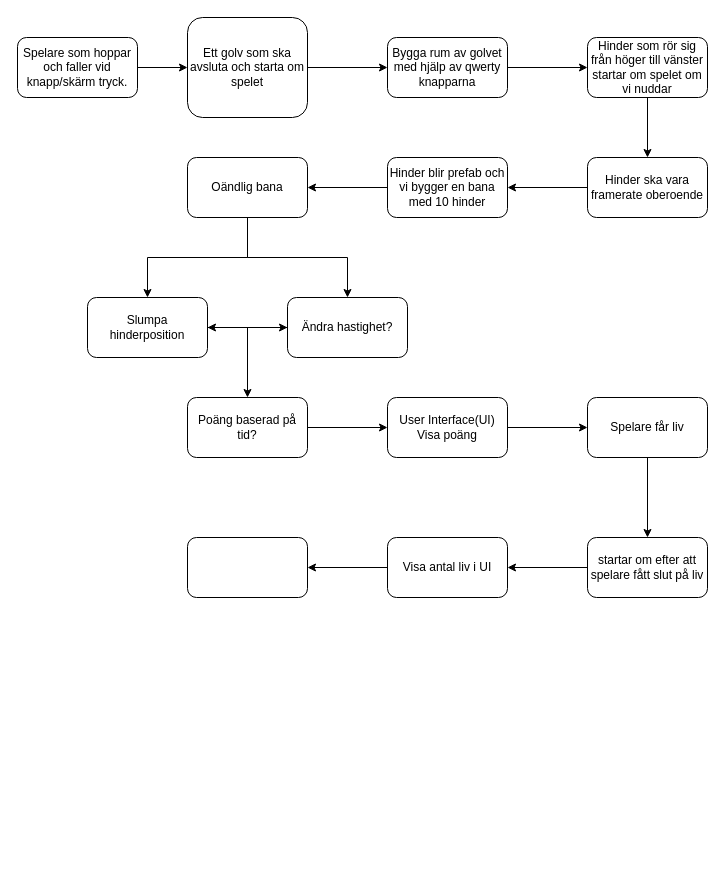
Earlier version of the draw.io diagram Documentation/Spel upplägg.drawio (MTGJonas/CarConeBeginnerProject). Source tidied: cells renumbered, new cells numbered last; positions are measured from the earlier drawing's top-left corner, leaving out a move shared by most shapes. Both pictures are drawn from the tidied source at 100%, with x=0, y=0 at pixel (17, 17).
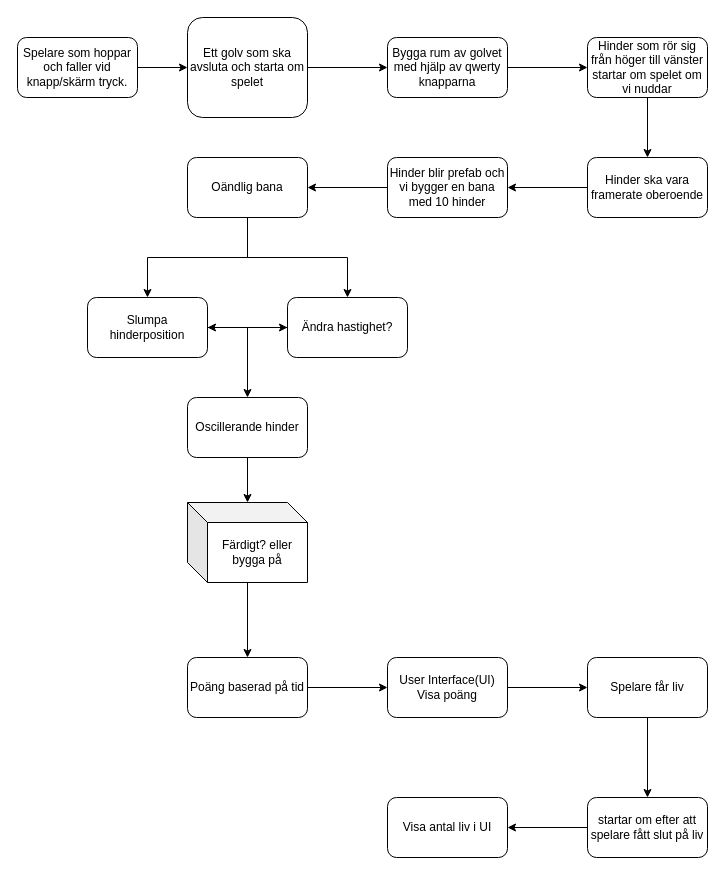
The same diagram, later.

What changed in the source:
```diff
@@
-    <mxCell id="22" value="Poäng baserad på tid?" style="rounded=1;whiteSpace=wrap;html=1;" parent="1" vertex="1">
-      <mxGeometry x="170" y="380" width="120" height="60" as="geometry" />
+    <mxCell id="22" value="Poäng baserad på tid" style="rounded=1;whiteSpace=wrap;html=1;" parent="1" vertex="1">
+      <mxGeometry x="170" y="640" width="120" height="60" as="geometry" />
     </mxCell>
-    <mxCell id="23" style="endArrow=classic;html=1;rounded=0;entryX=0.5;entryY=0;entryDx=0;entryDy=0;" parent="1" edge="1" target="22">
-      <mxGeometry relative="1" as="geometry">
-        <mxPoint x="230" y="310" as="sourcePoint" />
-      </mxGeometry>
-    </mxCell>
@@
     <mxCell id="25" value="User Interface(UI)&lt;br&gt;Visa poäng" style="whiteSpace=wrap;html=1;rounded=1;" parent="1" vertex="1">
-      <mxGeometry x="370" y="380" width="120" height="60" as="geometry" />
+      <mxGeometry x="370" y="640" width="120" height="60" as="geometry" />
     </mxCell>
@@
     <mxCell id="27" value="Spelare får liv" style="whiteSpace=wrap;html=1;rounded=1;" parent="1" vertex="1">
-      <mxGeometry x="570" y="380" width="120" height="60" as="geometry" />
+      <mxGeometry x="570" y="640" width="120" height="60" as="geometry" />
     </mxCell>
@@
     <mxCell id="29" value="startar om efter att spelare fått slut på liv" style="whiteSpace=wrap;html=1;rounded=1;" parent="1" vertex="1">
-      <mxGeometry x="570" y="520" width="120" height="60" as="geometry" />
+      <mxGeometry x="570" y="780" width="120" height="60" as="geometry" />
     </mxCell>
-    <mxCell id="30" style="edgeStyle=orthogonalEdgeStyle;rounded=0;jettySize=auto;html=1;" parent="1" edge="1" source="31" target="32">
-      <mxGeometry relative="1" as="geometry" />
-    </mxCell>
     <mxCell id="31" value="Visa antal liv i UI" style="whiteSpace=wrap;html=1;rounded=1;" parent="1" vertex="1">
-      <mxGeometry x="370" y="520" width="120" height="60" as="geometry" />
+      <mxGeometry x="370" y="780" width="120" height="60" as="geometry" />
     </mxCell>
-    <mxCell id="32" style="whiteSpace=wrap;html=1;rounded=1;" parent="1" vertex="1">
-      <mxGeometry x="170" y="520" width="120" height="60" as="geometry" />
-    </mxCell>
+    <mxCell id="33" style="edgeStyle=orthogonalEdgeStyle;rounded=0;jettySize=auto;html=1;" parent="1" edge="1" source="34" target="22">
+      <mxGeometry relative="1" as="geometry" />
+    </mxCell>
+    <mxCell id="34" value="Färdigt? eller bygga på" style="shape=cube;whiteSpace=wrap;html=1;boundedLbl=1;backgroundOutline=1;darkOpacity=0.05;darkOpacity2=0.1;" parent="1" vertex="1">
+      <mxGeometry x="170" y="485" width="120" height="80" as="geometry" />
+    </mxCell>
+    <mxCell id="35" style="edgeStyle=orthogonalEdgeStyle;rounded=0;jettySize=auto;html=1;" parent="1" edge="1" source="36" target="34">
+      <mxGeometry relative="1" as="geometry" />
+    </mxCell>
+    <mxCell id="36" value="Oscillerande hinder" style="rounded=1;whiteSpace=wrap;html=1;" parent="1" vertex="1">
+      <mxGeometry x="170" y="380" width="120" height="60" as="geometry" />
+    </mxCell>
+    <mxCell id="37" style="endArrow=classic;html=1;rounded=0;entryX=0.5;entryY=0;entryDx=0;entryDy=0;" parent="1" edge="1" target="36">
+      <mxGeometry relative="1" as="geometry">
+        <mxPoint x="230" y="310" as="sourcePoint" />
+      </mxGeometry>
+    </mxCell>
```
